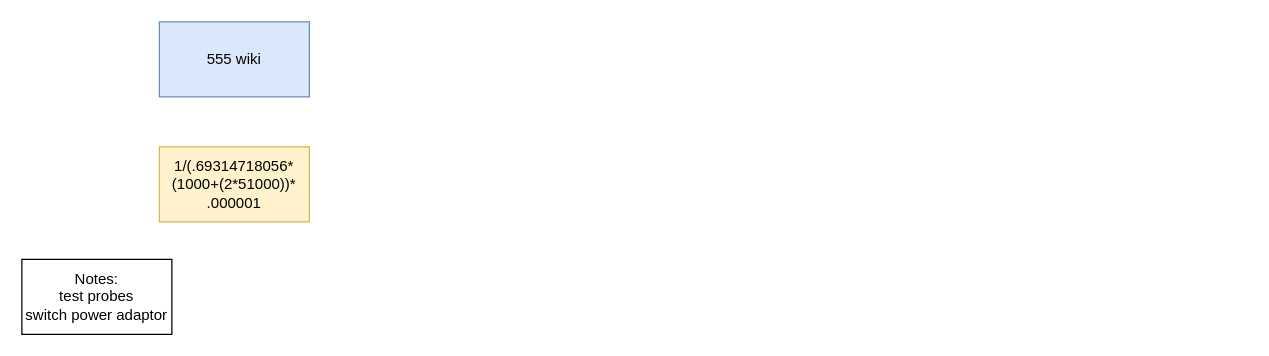
Before: page "Page-1" (1 of 2) of Untitled Diagram.drawio in usernamesareusless/Car_Blinker, a draw.io diagram. Source tidied: cells renumbered, new cells numbered last; positions are measured from the earlier drawing's top-left corner, leaving out a move shared by most shapes. Both pictures are drawn from the tidied source at 125%, with x=0, y=0 at pixel (21, 21).
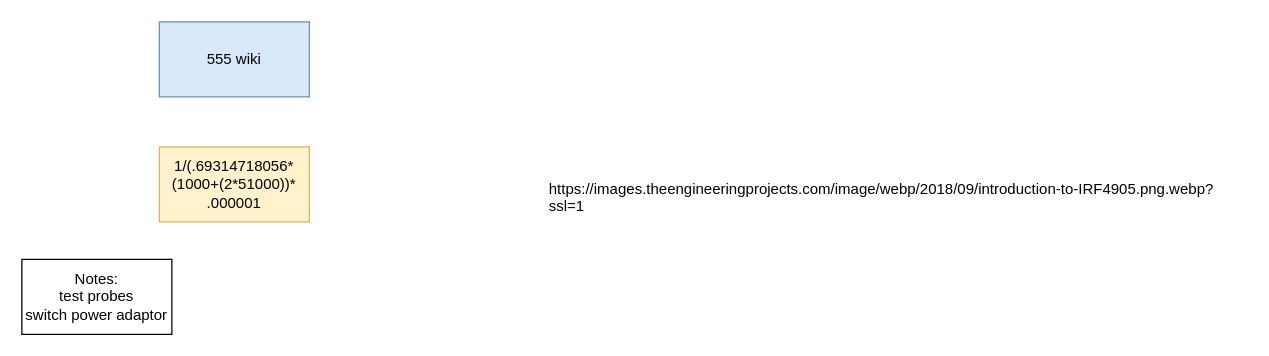
The same diagram, later.

Change to the diagram source:
```diff
@@
 <mxGraphModel>
   <root>
     <mxCell id="0" />
     <mxCell id="1" parent="0" />
     <mxCell id="2" value="555 wiki&lt;br&gt;" style="rounded=0;whiteSpace=wrap;html=1;fillColor=#dae8fc;strokeColor=#6c8ebf;" parent="1" vertex="1">
       <mxGeometry x="110" width="120" height="60" as="geometry" />
     </mxCell>
     <mxCell id="3" value="1/(.69314718056*(1000+(2*51000))* .000001" style="rounded=0;whiteSpace=wrap;html=1;fillColor=#fff2cc;strokeColor=#d6b656;" parent="1" vertex="1">
       <mxGeometry x="110" y="100" width="120" height="60" as="geometry" />
     </mxCell>
     <mxCell id="4" value="Notes:&lt;br&gt;test probes&lt;br&gt;switch power adaptor" style="rounded=0;whiteSpace=wrap;html=1;" parent="1" vertex="1">
       <mxGeometry y="190" width="120" height="60" as="geometry" />
     </mxCell>
+    <mxCell id="5" value="https://images.theengineeringprojects.com/image/webp/2018/09/introduction-to-IRF4905.png.webp?ssl=1" style="text;whiteSpace=wrap;" parent="1" vertex="1">
+      <mxGeometry x="420" y="120" width="560" height="50" as="geometry" />
+    </mxCell>
   </root>
 </mxGraphModel>
```
